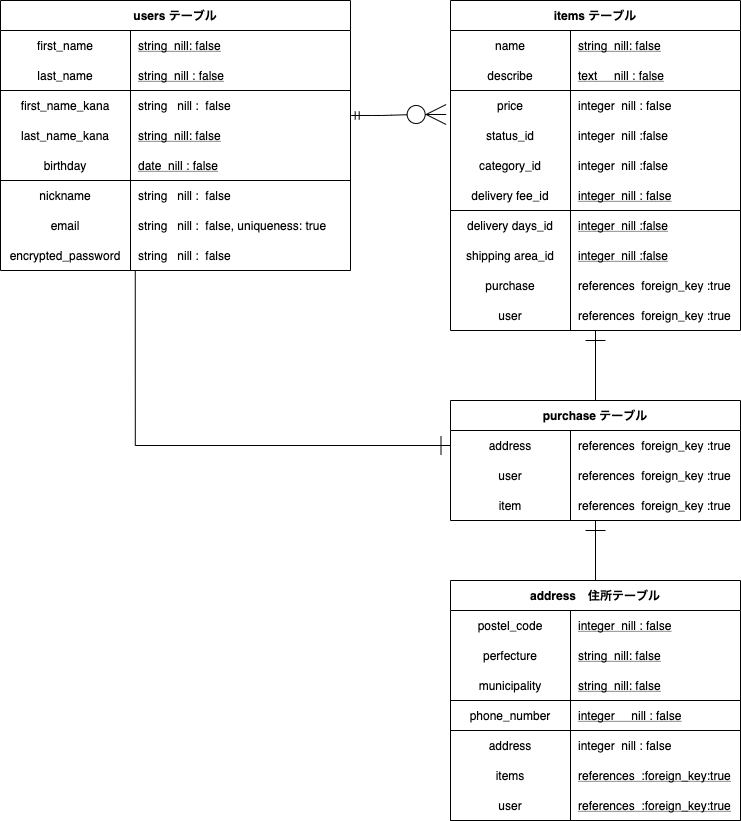
zerechi-m/furima-34474 keeps this draw.io diagram as ER_map.drawio.png. Above is the earlier version. Source tidied: cells renumbered, new cells last; positions are measured from the earlier drawing's top-left corner, leaving out a move shared by most shapes.
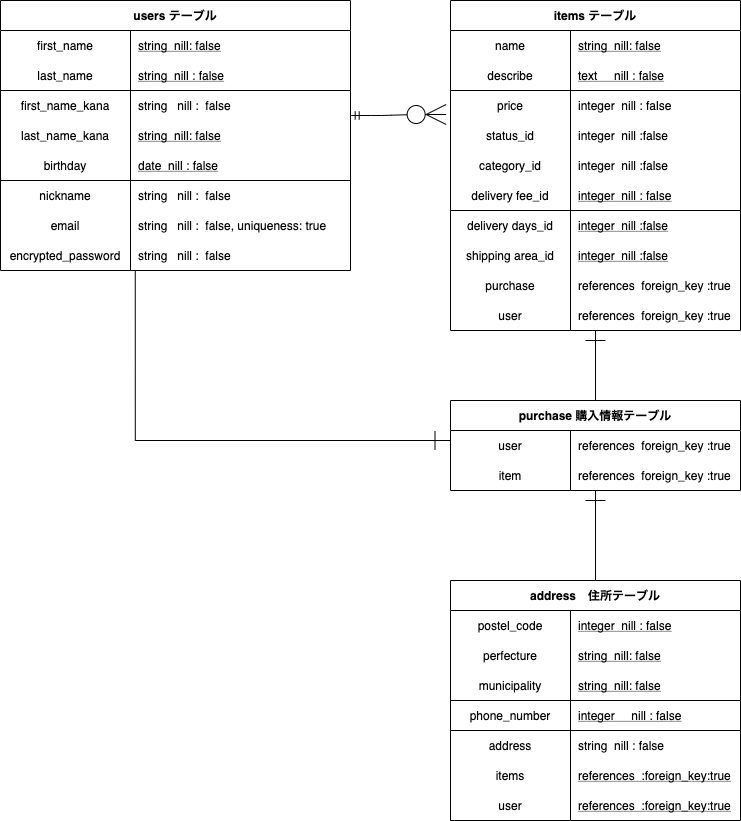
Later version of the same file.

Commit message:
ER図とREADMEの修正4

The edit, as a diff of the source:
```diff
@@ -218,7 +218,7 @@
     <mxCell id="73" value="address" style="shape=partialRectangle;top=0;left=0;bottom=0;right=0;overflow=hidden;fillColor=none;strokeWidth=1;" parent="72" vertex="1">
       <mxGeometry width="120" height="30" as="geometry" />
     </mxCell>
-    <mxCell id="74" value="integer  nill : false" style="shape=partialRectangle;top=0;left=0;bottom=0;right=0;align=left;spacingLeft=6;overflow=hidden;fillColor=none;strokeWidth=1;" parent="72" vertex="1">
+    <mxCell id="74" value="string  nill : false" style="shape=partialRectangle;top=0;left=0;bottom=0;right=0;align=left;spacingLeft=6;overflow=hidden;fillColor=none;strokeWidth=1;" parent="72" vertex="1">
       <mxGeometry x="120" width="170" height="30" as="geometry" />
     </mxCell>
     <mxCell id="75" style="shape=partialRectangle;fillColor=none;top=0;left=0;bottom=0;right=0;" parent="59" vertex="1">
@@ -239,8 +239,14 @@
     <mxCell id="80" value="references  :foreign_key:true" style="shape=partialRectangle;fillColor=none;top=0;left=0;bottom=0;right=0;align=left;spacingLeft=6;fontStyle=4;overflow=hidden;" parent="78" vertex="1">
       <mxGeometry x="120" width="170" height="30" as="geometry" />
     </mxCell>
-    <mxCell id="81" style="edgeStyle=orthogonalEdgeStyle;fontSize=12;html=1;endArrow=ERone;endFill=0;endSize=17;rounded=0;startSize=9;exitX=0.385;exitY=1;exitDx=0;exitDy=0;exitPerimeter=0;entryX=0;entryY=0.5;entryDx=0;entryDy=0;" parent="1" edge="1" source="24" target="85">
-      <mxGeometry relative="1" as="geometry" />
+    <mxCell id="81" style="edgeStyle=orthogonalEdgeStyle;fontSize=12;html=1;endArrow=ERone;endFill=0;endSize=17;rounded=0;startSize=9;exitX=0.385;exitY=1;exitDx=0;exitDy=0;exitPerimeter=0;" parent="1" edge="1" source="24">
+      <mxGeometry relative="1" as="geometry">
+        <mxPoint x="425" y="440" as="targetPoint" />
+        <Array as="points">
+          <mxPoint x="135" y="440" />
+          <mxPoint x="450" y="440" />
+        </Array>
+      </mxGeometry>
     </mxCell>
     <mxCell id="82" style="edgeStyle=entityRelationEdgeStyle;fontSize=12;html=1;endArrow=ERzeroToMany;startArrow=ERmandOne;entryX=-0.015;entryY=0.8;entryDx=0;entryDy=0;entryPerimeter=0;exitX=1.002;exitY=0.833;exitDx=0;exitDy=0;exitPerimeter=0;strokeWidth=1;endSize=18;" parent="1" edge="1" source="9" target="34">
       <mxGeometry relative="1" as="geometry" />
@@ -248,20 +254,11 @@
     <mxCell id="83" style="edgeStyle=none;rounded=1;jettySize=auto;html=1;exitX=0.5;exitY=0;exitDx=0;exitDy=0;startSize=9;endArrow=ERone;endFill=0;endSize=18;strokeWidth=1;fontColor=#f0f0f0;" parent="1" edge="1" source="84" target="55">
       <mxGeometry relative="1" as="geometry" />
     </mxCell>
-    <mxCell id="84" value="purchase テーブル" style="shape=table;startSize=30;rowLines=0;fontStyle=1;align=center;" parent="1" vertex="1">
-      <mxGeometry x="450" y="400" width="290" height="120" as="geometry" />
+    <mxCell id="84" value="purchase 購入情報テーブル" style="shape=table;startSize=30;rowLines=0;fontStyle=1;align=center;" parent="1" vertex="1">
+      <mxGeometry x="450" y="400" width="290" height="90" as="geometry" />
     </mxCell>
-    <mxCell id="85" style="shape=partialRectangle;fillColor=none;top=0;left=0;bottom=0;right=0;points=[[0,0.5],[1,0.5]];portConstraint=eastwest;" parent="84" vertex="1">
-      <mxGeometry y="30" width="290" height="30" as="geometry" />
-    </mxCell>
-    <mxCell id="86" value="address" style="shape=partialRectangle;top=0;left=0;bottom=0;right=0;overflow=hidden;fillColor=none;strokeWidth=1;" parent="85" vertex="1">
-      <mxGeometry width="120" height="30" as="geometry" />
-    </mxCell>
-    <mxCell id="87" value="references  foreign_key :true" style="shape=partialRectangle;top=0;left=0;bottom=0;right=0;align=left;spacingLeft=6;overflow=hidden;fillColor=none;strokeWidth=1;" parent="85" vertex="1">
-      <mxGeometry x="120" width="170" height="30" as="geometry" />
-    </mxCell>
     <mxCell id="88" style="shape=partialRectangle;fillColor=none;top=0;left=0;bottom=0;right=0;" parent="84" vertex="1">
-      <mxGeometry y="60" width="290" height="30" as="geometry" />
+      <mxGeometry y="30" width="290" height="30" as="geometry" />
     </mxCell>
     <mxCell id="89" value="user" style="shape=partialRectangle;top=0;left=0;bottom=0;right=0;overflow=hidden;fillColor=none;strokeWidth=1;" parent="88" vertex="1">
       <mxGeometry width="120" height="30" as="geometry" />
@@ -270,7 +267,7 @@
       <mxGeometry x="120" width="170" height="30" as="geometry" />
     </mxCell>
     <mxCell id="91" style="shape=partialRectangle;fillColor=none;top=0;left=0;bottom=0;right=0;points=[[0,0.5],[1,0.5]];portConstraint=eastwest;" parent="84" vertex="1">
-      <mxGeometry y="90" width="290" height="30" as="geometry" />
+      <mxGeometry y="60" width="290" height="30" as="geometry" />
     </mxCell>
     <mxCell id="92" value="item" style="shape=partialRectangle;top=0;left=0;bottom=0;right=0;overflow=hidden;fillColor=none;strokeWidth=1;" parent="91" vertex="1">
       <mxGeometry width="120" height="30" as="geometry" />
```
